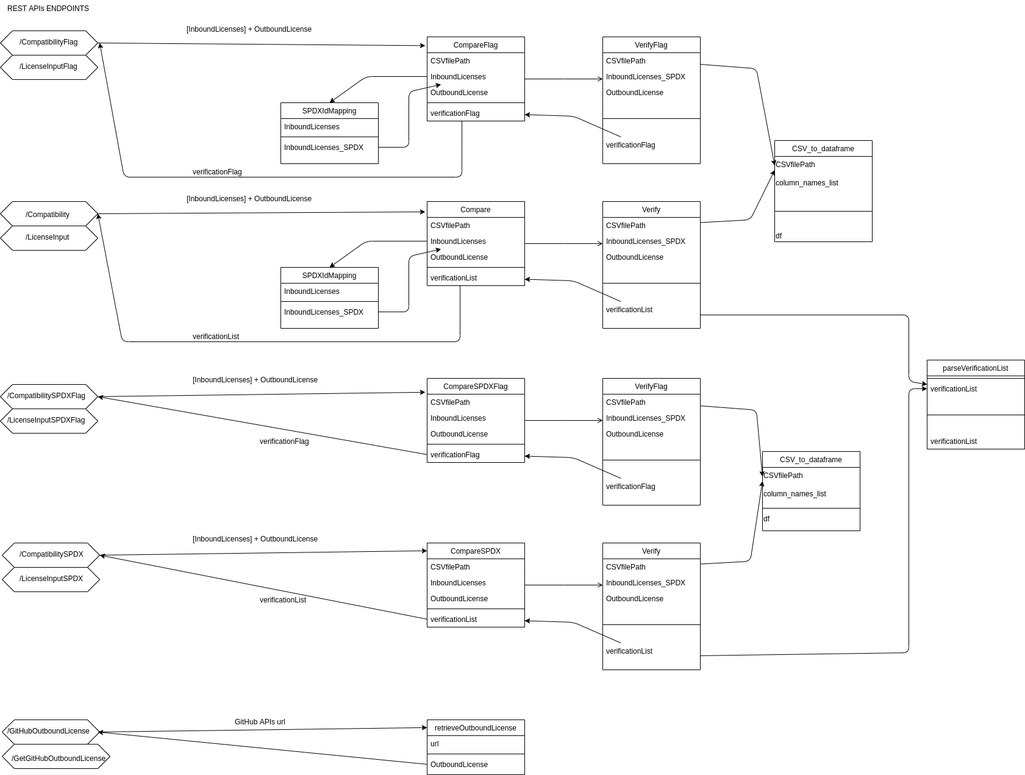
Before: functions_diagram/LCV-FunctionsDiagram.png, a diagram exported from draw.io (fasten-project/LCV-CM). Source tidied: cells renumbered, new cells last; positions are measured from the earlier drawing's top-left corner, leaving out a move shared by most shapes.
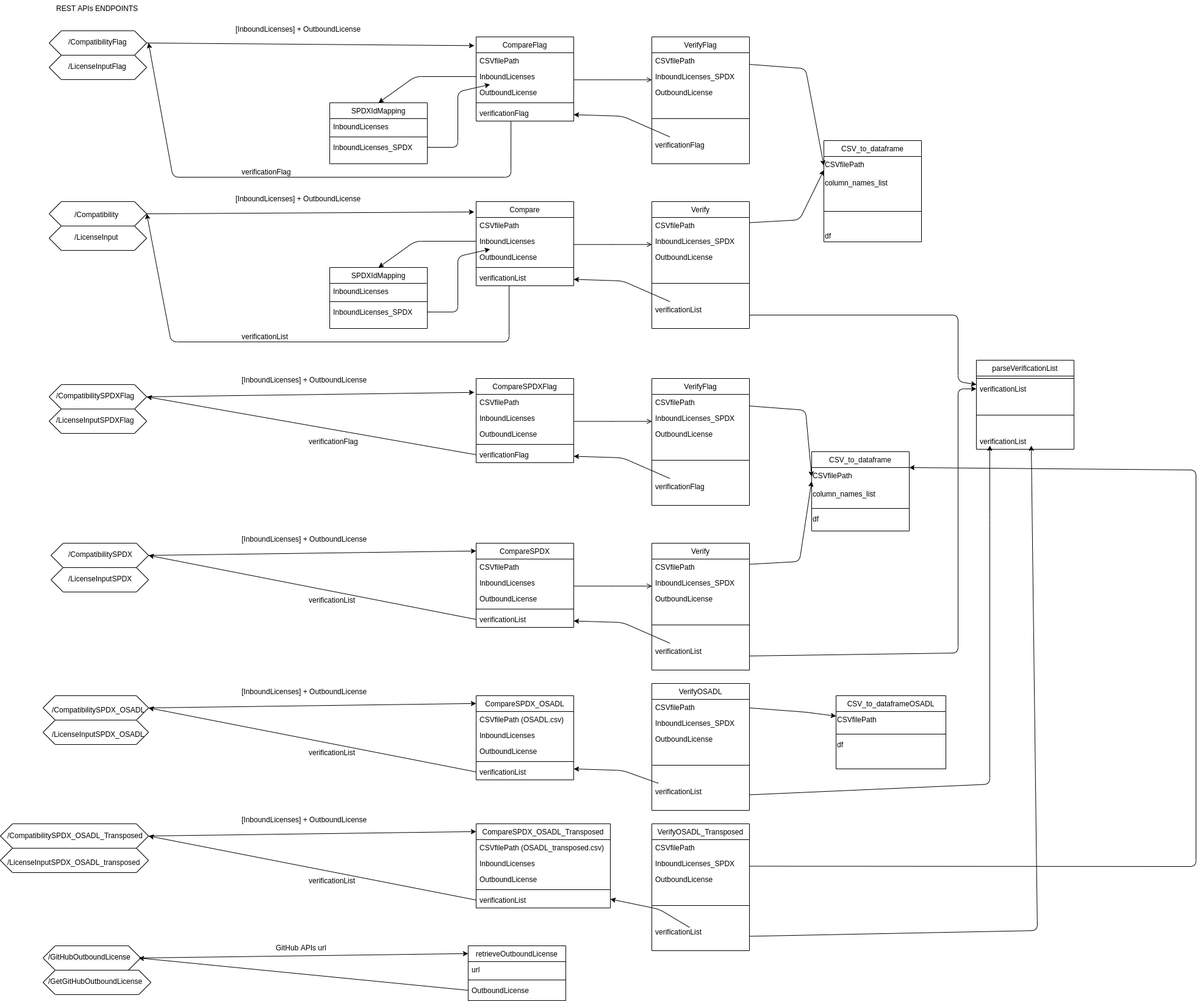
The same file after the commit.

Change to the diagram source:
```diff
@@ -403,7 +403,7 @@
       <mxGeometry x="30" y="935" width="100" height="30" as="geometry" />
     </mxCell>
     <mxCell id="112" value="retrieveOutboundLicense" style="swimlane;fontStyle=0;align=center;verticalAlign=top;horizontal=1;startSize=26;rounded=0;shadow=0;strokeWidth=1;" parent="1" vertex="1">
-      <mxGeometry x="700" y="1180" width="160" height="90" as="geometry" />
+      <mxGeometry x="687" y="1550" width="160" height="90" as="geometry" />
     </mxCell>
     <mxCell id="113" value="url" style="text;align=left;verticalAlign=top;spacingLeft=4;spacingRight=4;overflow=hidden;rounded=0;shadow=0;html=0;" parent="112" vertex="1">
       <mxGeometry y="26" width="160" height="26" as="geometry" />
@@ -415,24 +415,24 @@
       <mxGeometry y="60" width="160" height="26" as="geometry" />
     </mxCell>
     <mxCell id="116" style="shape=hexagon;perimeter=hexagonPerimeter2;whiteSpace=wrap;html=1;fixedSize=1;" parent="1" vertex="1">
-      <mxGeometry x="3" y="1180" width="160" height="40" as="geometry" />
+      <mxGeometry x="-10" y="1550" width="160" height="40" as="geometry" />
     </mxCell>
     <mxCell id="117" style="endArrow=classic;html=1;exitX=1;exitY=0.5;exitDx=0;exitDy=0;entryX=-0.019;entryY=0.165;entryDx=0;entryDy=0;entryPerimeter=0;" parent="1" edge="1" source="116">
       <mxGeometry relative="1" as="geometry">
-        <mxPoint x="700" y="1192.8" as="targetPoint" />
+        <mxPoint x="687" y="1562.8" as="targetPoint" />
       </mxGeometry>
     </mxCell>
     <mxCell id="118" style="shape=hexagon;perimeter=hexagonPerimeter2;whiteSpace=wrap;html=1;fixedSize=1;" parent="1" vertex="1">
-      <mxGeometry x="3" y="1220" width="177" height="40" as="geometry" />
+      <mxGeometry x="-10" y="1590" width="177" height="40" as="geometry" />
     </mxCell>
     <mxCell id="119" value="&lt;meta charset=&quot;utf-8&quot;&gt;&lt;span style=&quot;color: rgb(0, 0, 0); font-family: helvetica; font-size: 12px; font-style: normal; font-weight: 400; letter-spacing: normal; text-align: left; text-indent: 0px; text-transform: none; word-spacing: 0px; background-color: rgb(248, 249, 250); display: inline; float: none;&quot;&gt;/GitHubOutboundLicense&lt;/span&gt;" style="text;whiteSpace=wrap;html=1;" parent="1" vertex="1">
-      <mxGeometry x="10" y="1185" width="160" height="30" as="geometry" />
+      <mxGeometry x="-3" y="1555" width="160" height="30" as="geometry" />
     </mxCell>
     <mxCell id="120" value="/GetGitHubOutboundLicense" style="text;whiteSpace=wrap;html=1;" parent="1" vertex="1">
-      <mxGeometry x="17" y="1230" width="100" height="30" as="geometry" />
+      <mxGeometry x="-3" y="1595" width="100" height="30" as="geometry" />
     </mxCell>
     <mxCell id="121" value="GitHub APIs url" style="text;align=left;verticalAlign=top;spacingLeft=4;spacingRight=4;overflow=hidden;rounded=0;shadow=0;html=0;" parent="1" vertex="1">
-      <mxGeometry x="379" y="1170" width="160" height="26" as="geometry" />
+      <mxGeometry x="366" y="1540" width="160" height="26" as="geometry" />
     </mxCell>
     <mxCell id="122" value="[InboundLicenses] + OutboundLicense" style="text;align=left;verticalAlign=top;spacingLeft=4;spacingRight=4;overflow=hidden;" parent="1" vertex="1">
       <mxGeometry x="310" y="870" width="270" height="26" as="geometry" />
@@ -484,8 +484,195 @@
     </mxCell>
     <mxCell id="134" style="endArrow=classic;html=1;exitX=0;exitY=0.5;exitDx=0;exitDy=0;" parent="1" edge="1" source="115">
       <mxGeometry relative="1" as="geometry">
-        <mxPoint x="160" y="1200" as="targetPoint" />
+        <mxPoint x="147" y="1570" as="targetPoint" />
       </mxGeometry>
     </mxCell>
+    <mxCell id="135" value="CompareSPDX_OSADL" style="swimlane;fontStyle=0;align=center;verticalAlign=top;horizontal=1;startSize=26;rounded=0;shadow=0;strokeWidth=1;" parent="1" vertex="1">
+      <mxGeometry x="700" y="1140" width="160" height="138" as="geometry" />
+    </mxCell>
+    <mxCell id="136" value="CSVfilePath (OSADL.csv)" style="text;align=left;verticalAlign=top;spacingLeft=4;spacingRight=4;overflow=hidden;rounded=0;shadow=0;html=0;" parent="135" vertex="1">
+      <mxGeometry y="26" width="160" height="26" as="geometry" />
+    </mxCell>
+    <mxCell id="137" value="InboundLicenses" style="text;align=left;verticalAlign=top;spacingLeft=4;spacingRight=4;overflow=hidden;" parent="135" vertex="1">
+      <mxGeometry y="52" width="160" height="26" as="geometry" />
+    </mxCell>
+    <mxCell id="138" value="OutboundLicense" style="text;align=left;verticalAlign=top;spacingLeft=4;spacingRight=4;overflow=hidden;rounded=0;shadow=0;html=0;" parent="135" vertex="1">
+      <mxGeometry y="78" width="160" height="26" as="geometry" />
+    </mxCell>
+    <mxCell id="139" style="line;html=1;strokeWidth=1;align=left;verticalAlign=middle;spacingTop=-1;spacingLeft=3;spacingRight=3;labelPosition=right;" parent="135" vertex="1">
+      <mxGeometry y="104" width="160" height="8" as="geometry" />
+    </mxCell>
+    <mxCell id="140" value="verificationList" style="text;align=left;verticalAlign=top;spacingLeft=4;spacingRight=4;overflow=hidden;points=[[0,0.5],[1,0.5]];portConstraint=eastwest;" parent="135" vertex="1">
+      <mxGeometry y="112" width="160" height="26" as="geometry" />
+    </mxCell>
+    <mxCell id="141" style="shape=hexagon;perimeter=hexagonPerimeter2;whiteSpace=wrap;html=1;fixedSize=1;" parent="1" vertex="1">
+      <mxGeometry x="-10" y="1140" width="173" height="40" as="geometry" />
+    </mxCell>
+    <mxCell id="142" value="/CompatibilitySPDX_OSADL" style="text;whiteSpace=wrap;html=1;" parent="1" vertex="1">
+      <mxGeometry x="3" y="1150" width="100" height="30" as="geometry" />
+    </mxCell>
+    <mxCell id="143" style="endArrow=classic;html=1;exitX=1;exitY=0.5;exitDx=0;exitDy=0;entryX=-0.019;entryY=0.165;entryDx=0;entryDy=0;entryPerimeter=0;" parent="1" edge="1" source="141">
+      <mxGeometry relative="1" as="geometry">
+        <mxPoint x="700" y="1152.8" as="targetPoint" />
+      </mxGeometry>
+    </mxCell>
+    <mxCell id="144" style="shape=hexagon;perimeter=hexagonPerimeter2;whiteSpace=wrap;html=1;fixedSize=1;" parent="1" vertex="1">
+      <mxGeometry x="-10" y="1180" width="173" height="40" as="geometry" />
+    </mxCell>
+    <mxCell id="145" value="/LicenseInputSPDX_OSADL" style="text;whiteSpace=wrap;html=1;" parent="1" vertex="1">
+      <mxGeometry x="3" y="1190" width="100" height="30" as="geometry" />
+    </mxCell>
+    <mxCell id="146" value="[InboundLicenses] + OutboundLicense" style="text;align=left;verticalAlign=top;spacingLeft=4;spacingRight=4;overflow=hidden;" parent="1" vertex="1">
+      <mxGeometry x="310" y="1120" width="270" height="26" as="geometry" />
+    </mxCell>
+    <mxCell id="147" style="endArrow=classic;html=1;exitX=0;exitY=0.5;exitDx=0;exitDy=0;entryX=1;entryY=0.5;entryDx=0;entryDy=0;" parent="1" edge="1" source="140" target="141">
+      <mxGeometry relative="1" as="geometry" />
+    </mxCell>
+    <mxCell id="148" value="verificationList" style="text;align=left;verticalAlign=top;spacingLeft=4;spacingRight=4;overflow=hidden;" parent="1" vertex="1">
+      <mxGeometry x="420" y="1220" width="160" height="26" as="geometry" />
+    </mxCell>
+    <mxCell id="149" value="CompareSPDX_OSADL_Transposed" style="swimlane;fontStyle=0;align=center;verticalAlign=top;horizontal=1;startSize=26;rounded=0;shadow=0;strokeWidth=1;" parent="1" vertex="1">
+      <mxGeometry x="700" y="1350" width="220" height="138" as="geometry" />
+    </mxCell>
+    <mxCell id="150" value="CSVfilePath (OSADL_transposed.csv)" style="text;align=left;verticalAlign=top;spacingLeft=4;spacingRight=4;overflow=hidden;rounded=0;shadow=0;html=0;" parent="149" vertex="1">
+      <mxGeometry y="26" width="220" height="26" as="geometry" />
+    </mxCell>
+    <mxCell id="151" value="InboundLicenses" style="text;align=left;verticalAlign=top;spacingLeft=4;spacingRight=4;overflow=hidden;" parent="149" vertex="1">
+      <mxGeometry y="52" width="220" height="26" as="geometry" />
+    </mxCell>
+    <mxCell id="152" value="OutboundLicense" style="text;align=left;verticalAlign=top;spacingLeft=4;spacingRight=4;overflow=hidden;rounded=0;shadow=0;html=0;" parent="149" vertex="1">
+      <mxGeometry y="78" width="220" height="26" as="geometry" />
+    </mxCell>
+    <mxCell id="153" style="line;html=1;strokeWidth=1;align=left;verticalAlign=middle;spacingTop=-1;spacingLeft=3;spacingRight=3;labelPosition=right;" parent="149" vertex="1">
+      <mxGeometry y="104" width="220" height="8" as="geometry" />
+    </mxCell>
+    <mxCell id="154" value="verificationList" style="text;align=left;verticalAlign=top;spacingLeft=4;spacingRight=4;overflow=hidden;points=[[0,0.5],[1,0.5]];portConstraint=eastwest;" parent="149" vertex="1">
+      <mxGeometry y="112" width="220" height="26" as="geometry" />
+    </mxCell>
+    <mxCell id="155" style="shape=hexagon;perimeter=hexagonPerimeter2;whiteSpace=wrap;html=1;fixedSize=1;" parent="1" vertex="1">
+      <mxGeometry x="-80" y="1350" width="243" height="40" as="geometry" />
+    </mxCell>
+    <mxCell id="156" value="/CompatibilitySPDX_OSADL_Transposed" style="text;whiteSpace=wrap;html=1;" parent="1" vertex="1">
+      <mxGeometry x="-70" y="1356" width="100" height="30" as="geometry" />
+    </mxCell>
+    <mxCell id="157" style="endArrow=classic;html=1;exitX=1;exitY=0.5;exitDx=0;exitDy=0;entryX=-0.019;entryY=0.165;entryDx=0;entryDy=0;entryPerimeter=0;" parent="1" edge="1" source="155">
+      <mxGeometry relative="1" as="geometry">
+        <mxPoint x="700" y="1362.8" as="targetPoint" />
+      </mxGeometry>
+    </mxCell>
+    <mxCell id="158" style="shape=hexagon;perimeter=hexagonPerimeter2;whiteSpace=wrap;html=1;fixedSize=1;" parent="1" vertex="1">
+      <mxGeometry x="-80" y="1390" width="243" height="40" as="geometry" />
+    </mxCell>
+    <mxCell id="159" value="/LicenseInputSPDX_OSADL_transposed" style="text;whiteSpace=wrap;html=1;" parent="1" vertex="1">
+      <mxGeometry x="-70" y="1400" width="100" height="30" as="geometry" />
+    </mxCell>
+    <mxCell id="160" value="[InboundLicenses] + OutboundLicense" style="text;align=left;verticalAlign=top;spacingLeft=4;spacingRight=4;overflow=hidden;" parent="1" vertex="1">
+      <mxGeometry x="310" y="1330" width="270" height="26" as="geometry" />
+    </mxCell>
+    <mxCell id="161" style="endArrow=classic;html=1;exitX=0;exitY=0.5;exitDx=0;exitDy=0;entryX=1;entryY=0.5;entryDx=0;entryDy=0;" parent="1" edge="1" source="154" target="155">
+      <mxGeometry relative="1" as="geometry" />
+    </mxCell>
+    <mxCell id="162" value="verificationList" style="text;align=left;verticalAlign=top;spacingLeft=4;spacingRight=4;overflow=hidden;" parent="1" vertex="1">
+      <mxGeometry x="420" y="1430" width="160" height="26" as="geometry" />
+    </mxCell>
+    <mxCell id="163" value="VerifyOSADL" style="swimlane;fontStyle=0;align=center;verticalAlign=top;horizontal=1;startSize=26;rounded=0;shadow=0;strokeWidth=1;" parent="1" vertex="1">
+      <mxGeometry x="988" y="1120" width="160" height="208" as="geometry" />
+    </mxCell>
+    <mxCell id="164" value="CSVfilePath" style="text;align=left;verticalAlign=top;spacingLeft=4;spacingRight=4;overflow=hidden;rounded=0;shadow=0;html=0;" parent="163" vertex="1">
+      <mxGeometry y="26" width="160" height="26" as="geometry" />
+    </mxCell>
+    <mxCell id="165" value="InboundLicenses_SPDX" style="text;align=left;verticalAlign=top;spacingLeft=4;spacingRight=4;overflow=hidden;" parent="163" vertex="1">
+      <mxGeometry y="52" width="160" height="26" as="geometry" />
+    </mxCell>
+    <mxCell id="166" value="OutboundLicense" style="text;align=left;verticalAlign=top;spacingLeft=4;spacingRight=4;overflow=hidden;rounded=0;shadow=0;html=0;" parent="163" vertex="1">
+      <mxGeometry y="78" width="160" height="26" as="geometry" />
+    </mxCell>
+    <mxCell id="167" style="line;html=1;strokeWidth=1;align=left;verticalAlign=middle;spacingTop=-1;spacingLeft=3;spacingRight=3;labelPosition=right;" parent="163" vertex="1">
+      <mxGeometry y="104" width="160" height="60" as="geometry" />
+    </mxCell>
+    <mxCell id="168" value="verificationList" style="text;align=left;verticalAlign=top;spacingLeft=4;spacingRight=4;overflow=hidden;points=[[0,0.5],[1,0.5]];portConstraint=eastwest;" parent="163" vertex="1">
+      <mxGeometry y="164" width="160" height="44" as="geometry" />
+    </mxCell>
+    <mxCell id="169" value="VerifyOSADL_Transposed" style="swimlane;fontStyle=0;align=center;verticalAlign=top;horizontal=1;startSize=26;rounded=0;shadow=0;strokeWidth=1;" parent="1" vertex="1">
+      <mxGeometry x="988" y="1350" width="160" height="208" as="geometry" />
+    </mxCell>
+    <mxCell id="170" value="CSVfilePath" style="text;align=left;verticalAlign=top;spacingLeft=4;spacingRight=4;overflow=hidden;rounded=0;shadow=0;html=0;" parent="169" vertex="1">
+      <mxGeometry y="26" width="160" height="26" as="geometry" />
+    </mxCell>
+    <mxCell id="171" value="InboundLicenses_SPDX" style="text;align=left;verticalAlign=top;spacingLeft=4;spacingRight=4;overflow=hidden;" parent="169" vertex="1">
+      <mxGeometry y="52" width="160" height="26" as="geometry" />
+    </mxCell>
+    <mxCell id="172" value="OutboundLicense" style="text;align=left;verticalAlign=top;spacingLeft=4;spacingRight=4;overflow=hidden;rounded=0;shadow=0;html=0;" parent="169" vertex="1">
+      <mxGeometry y="78" width="160" height="26" as="geometry" />
+    </mxCell>
+    <mxCell id="173" style="line;html=1;strokeWidth=1;align=left;verticalAlign=middle;spacingTop=-1;spacingLeft=3;spacingRight=3;labelPosition=right;" parent="169" vertex="1">
+      <mxGeometry y="104" width="160" height="60" as="geometry" />
+    </mxCell>
+    <mxCell id="174" value="verificationList" style="text;align=left;verticalAlign=top;spacingLeft=4;spacingRight=4;overflow=hidden;points=[[0,0.5],[1,0.5]];portConstraint=eastwest;" parent="169" vertex="1">
+      <mxGeometry y="164" width="160" height="44" as="geometry" />
+    </mxCell>
+    <mxCell id="175" style="endArrow=classic;html=1;exitX=0.066;exitY=-0.01;exitDx=0;exitDy=0;exitPerimeter=0;" parent="1" edge="1" source="168">
+      <mxGeometry relative="1" as="geometry">
+        <mxPoint x="860" y="1260" as="targetPoint" />
+        <Array as="points">
+          <mxPoint x="940" y="1262.5" />
+        </Array>
+      </mxGeometry>
+    </mxCell>
+    <mxCell id="176" style="endArrow=classic;html=1;" parent="1" edge="1">
+      <mxGeometry relative="1" as="geometry">
+        <mxPoint x="1050" y="1520" as="sourcePoint" />
+        <mxPoint x="920" y="1473.5" as="targetPoint" />
+        <Array as="points">
+          <mxPoint x="1000" y="1490" />
+        </Array>
+      </mxGeometry>
+    </mxCell>
+    <mxCell id="177" value="CSV_to_dataframeOSADL" style="swimlane;fontStyle=0;align=center;verticalAlign=top;horizontal=1;startSize=26;rounded=0;shadow=0;strokeWidth=1;" parent="1" vertex="1">
+      <mxGeometry x="1290" y="1140" width="180" height="120" as="geometry" />
+    </mxCell>
+    <mxCell id="178" value="CSVfilePath&amp;nbsp;" style="text;whiteSpace=wrap;html=1;" parent="177" vertex="1">
+      <mxGeometry y="26" width="180" height="30" as="geometry" />
+    </mxCell>
+    <mxCell id="179" style="line;html=1;strokeWidth=1;align=left;verticalAlign=middle;spacingTop=-1;spacingLeft=3;spacingRight=3;labelPosition=right;" parent="177" vertex="1">
+      <mxGeometry y="56" width="180" height="14" as="geometry" />
+    </mxCell>
+    <mxCell id="180" value="df" style="text;html=1;strokeColor=none;fillColor=none;align=left;verticalAlign=middle;whiteSpace=wrap;rounded=0;" parent="177" vertex="1">
+      <mxGeometry y="70" width="180" height="20" as="geometry" />
+    </mxCell>
+    <mxCell id="181" style="endArrow=classic;html=1;entryX=0;entryY=0.25;entryDx=0;entryDy=0;" parent="1" edge="1" target="178">
+      <mxGeometry relative="1" as="geometry">
+        <mxPoint x="1148" y="1160" as="sourcePoint" />
+        <Array as="points">
+          <mxPoint x="1240" y="1167" />
+        </Array>
+      </mxGeometry>
+    </mxCell>
+    <mxCell id="182" style="endArrow=classic;html=1;entryX=1;entryY=0;entryDx=0;entryDy=0;" parent="1" edge="1" target="56">
+      <mxGeometry relative="1" as="geometry">
+        <mxPoint x="1148" y="1419.5" as="sourcePoint" />
+        <Array as="points">
+          <mxPoint x="1880" y="1420" />
+          <mxPoint x="1880" y="770" />
+        </Array>
+      </mxGeometry>
+    </mxCell>
+    <mxCell id="183" style="endArrow=classic;html=1;" parent="1" edge="1" source="168">
+      <mxGeometry relative="1" as="geometry">
+        <mxPoint x="1542" y="730" as="targetPoint" />
+        <Array as="points">
+          <mxPoint x="1542" y="1285.1" />
+          <mxPoint x="1542" y="852.1" />
+        </Array>
+      </mxGeometry>
+    </mxCell>
+    <mxCell id="184" style="endArrow=classic;html=1;" parent="1" edge="1" source="174">
+      <mxGeometry relative="1" as="geometry">
+        <mxPoint x="1610" y="730" as="targetPoint" />
+        <Array as="points">
+          <mxPoint x="1620" y="1525" />
+        </Array>
+      </mxGeometry>
+    </mxCell>
   </root>
 </mxGraphModel>
```
